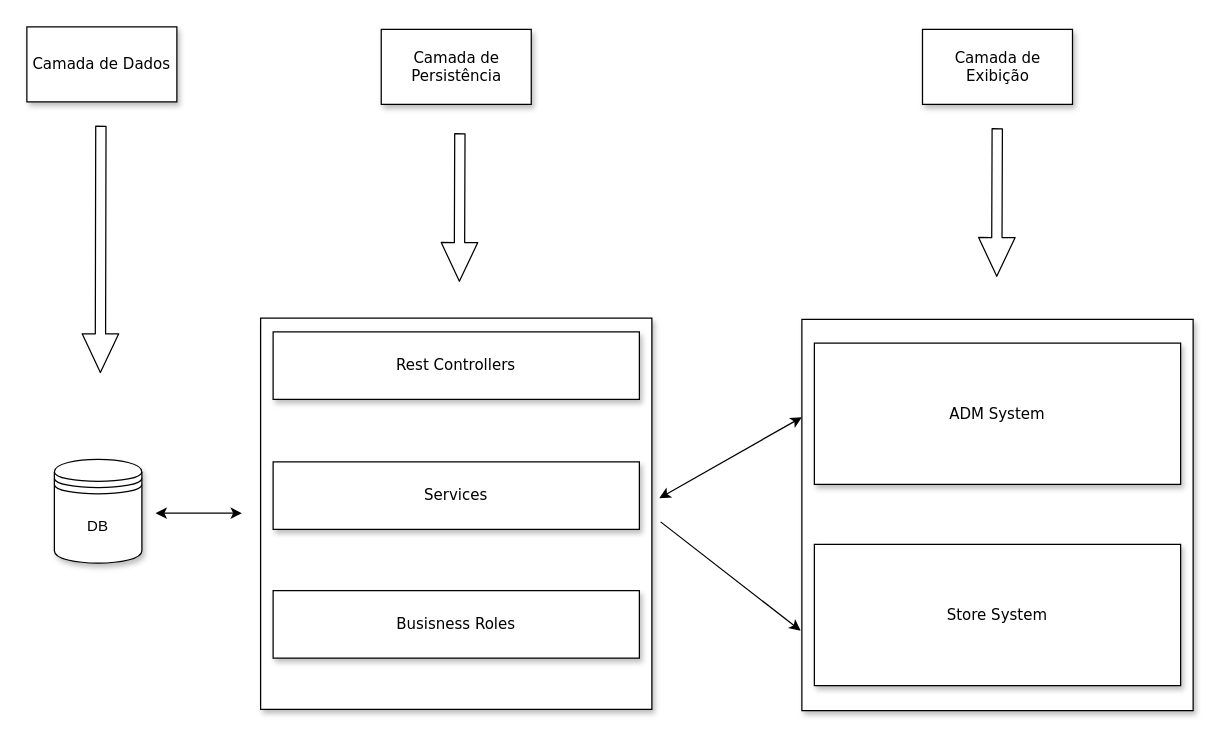
Leozin89python/store-engine-project keeps this draw.io diagram as arquitetura e projeto/arquitetura/diagrama de camadas.drawio.xml. Above is the earlier version. Source tidied: cells renumbered, new cells numbered last; positions are measured from the earlier drawing's top-left corner, leaving out a move shared by most shapes. Both pictures are drawn from the tidied source at 125%, with x=0, y=0 at pixel (26, 26).
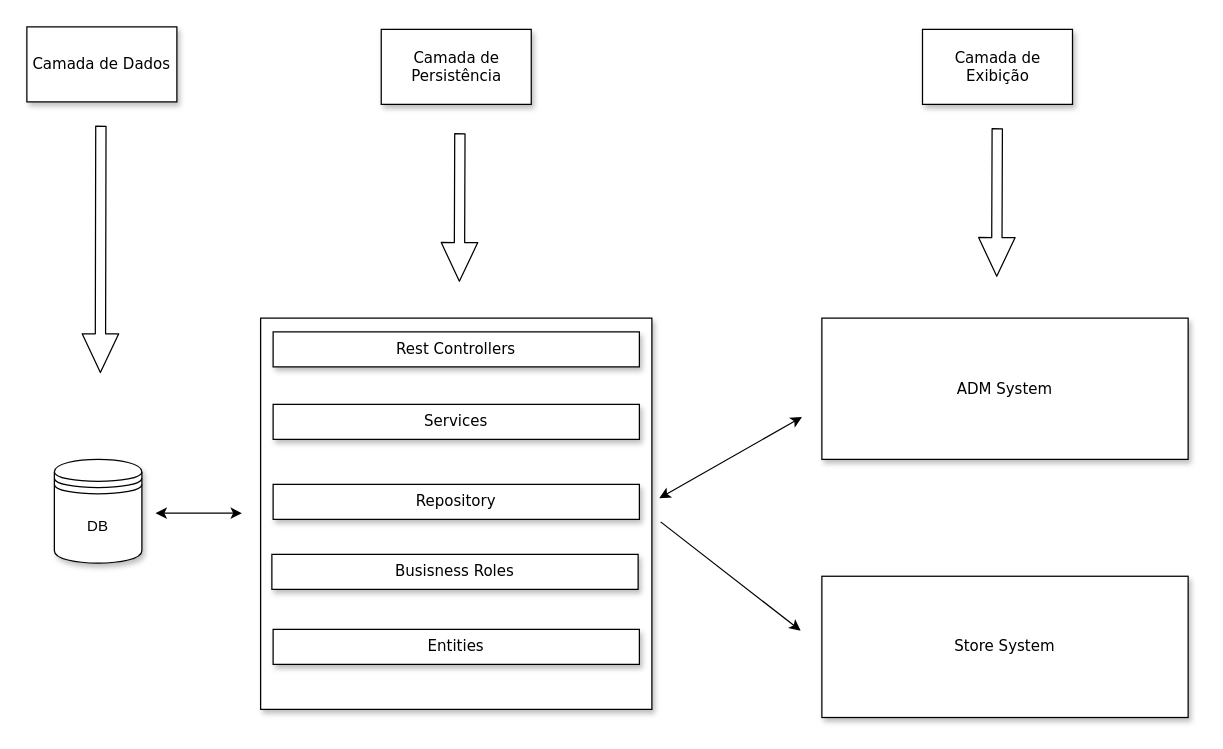
The same diagram, later.

Diff of the diagram source:
```diff
@@
     <mxCell id="5" value="Rest Controllers " style="rounded=0;whiteSpace=wrap;html=1;shadow=1;fontFamily=Verdana;fillColor=#ffffff;gradientColor=#ffffff;" parent="1" vertex="1">
-      <mxGeometry x="197" y="244" width="293" height="54" as="geometry" />
+      <mxGeometry x="197" y="244" width="293" height="28" as="geometry" />
     </mxCell>
-    <mxCell id="6" value="Services" style="rounded=0;whiteSpace=wrap;html=1;shadow=1;fontFamily=Verdana;fillColor=#ffffff;gradientColor=#ffffff;" parent="1" vertex="1">
-      <mxGeometry x="197" y="348" width="293" height="54" as="geometry" />
-    </mxCell>
-    <mxCell id="7" value="Busisness Roles" style="rounded=0;whiteSpace=wrap;html=1;shadow=1;fontFamily=Verdana;fillColor=#ffffff;gradientColor=#ffffff;" parent="1" vertex="1">
-      <mxGeometry x="197" y="451" width="293" height="54" as="geometry" />
-    </mxCell>
-    <mxCell id="8" style="endArrow=classic;startArrow=classic;html=1;fontFamily=Verdana;entryX=0;entryY=0.25;entryDx=0;entryDy=0;" parent="1" edge="1" target="9">
+    <mxCell id="8" style="endArrow=classic;startArrow=classic;html=1;fontFamily=Verdana;entryX=0;entryY=0.25;entryDx=0;entryDy=0;" parent="1" edge="1">
       <mxGeometry relative="1" as="geometry">
         <mxPoint x="506" y="377" as="sourcePoint" />
+        <mxPoint x="620" y="312.2" as="targetPoint" />
       </mxGeometry>
     </mxCell>
-    <mxCell id="9" style="whiteSpace=wrap;html=1;shadow=1;fillColor=#ffffff;gradientColor=#ffffff;fontFamily=Verdana;fontStyle=2;" parent="1" vertex="1">
-      <mxGeometry x="620" y="234" width="313" height="313" as="geometry" />
-    </mxCell>
     <mxCell id="10" value="Store System" style="rounded=0;whiteSpace=wrap;html=1;shadow=1;fontFamily=Verdana;fillColor=#ffffff;gradientColor=#ffffff;" parent="1" vertex="1">
-      <mxGeometry x="630" y="414" width="293" height="113" as="geometry" />
+      <mxGeometry x="636" y="439.5" width="293" height="113" as="geometry" />
     </mxCell>
     <mxCell id="11" value="ADM System" style="rounded=0;whiteSpace=wrap;html=1;shadow=1;fontFamily=Verdana;fillColor=#ffffff;gradientColor=#ffffff;" parent="1" vertex="1">
-      <mxGeometry x="630" y="253" width="293" height="113" as="geometry" />
+      <mxGeometry x="636" y="233" width="293" height="113" as="geometry" />
     </mxCell>
@@
+    <mxCell id="6" value="Services" style="rounded=0;whiteSpace=wrap;html=1;shadow=1;fontFamily=Verdana;fillColor=#ffffff;gradientColor=#ffffff;" parent="1" vertex="1">
+      <mxGeometry x="197" y="302" width="293" height="28" as="geometry" />
+    </mxCell>
+    <mxCell id="19" value="Repository" style="rounded=0;whiteSpace=wrap;html=1;shadow=1;fontFamily=Verdana;fillColor=#ffffff;gradientColor=#ffffff;" parent="1" vertex="1">
+      <mxGeometry x="197" y="366" width="293" height="28" as="geometry" />
+    </mxCell>
+    <mxCell id="7" value="Busisness Roles" style="rounded=0;whiteSpace=wrap;html=1;shadow=1;fontFamily=Verdana;fillColor=#ffffff;gradientColor=#ffffff;" parent="1" vertex="1">
+      <mxGeometry x="196" y="422" width="293" height="28" as="geometry" />
+    </mxCell>
+    <mxCell id="20" value="Entities" style="rounded=0;whiteSpace=wrap;html=1;shadow=1;fontFamily=Verdana;fillColor=#ffffff;gradientColor=#ffffff;" parent="1" vertex="1">
+      <mxGeometry x="197" y="482" width="293" height="28" as="geometry" />
+    </mxCell>
```
